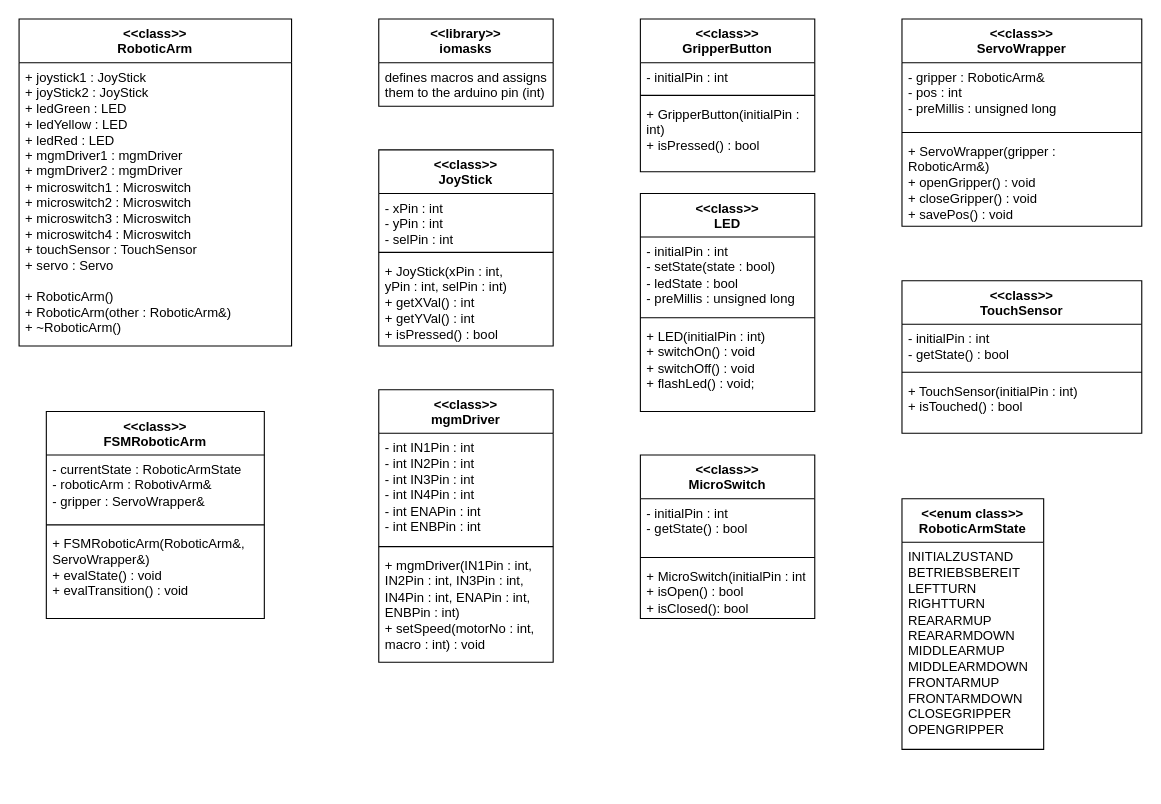
This is design-documents/class-diagram/Klassendiagram Roboterarm.drawio from sourcroud/Roboterarm, a draw.io file, before an edit. Source tidied: cells renumbered, new cells numbered last; positions are measured from the earlier drawing's top-left corner, leaving out a move shared by most shapes. Both pictures are drawn from the tidied source at 109%, with x=0, y=0 at pixel (19, 19).
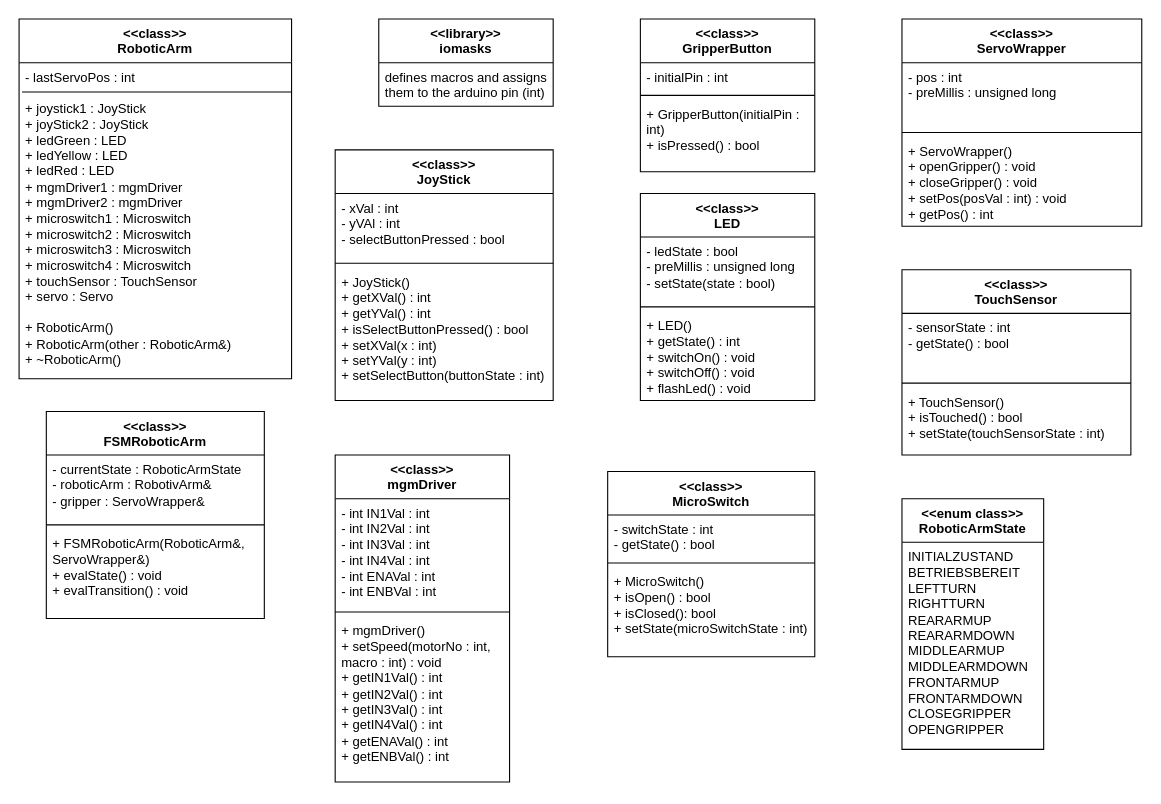
The same page after the edit.

The change refers to these unchanged cells:
```xml
<mxCell id="26" value="&lt;div&gt;&amp;lt;&amp;lt;class&amp;gt;&amp;gt;&lt;/div&gt;&lt;div&gt;ServoWrapper&lt;/div&gt;" style="swimlane;fontStyle=1;align=center;verticalAlign=top;horizontal=1;startSize=40;whiteSpace=wrap;html=1;" parent="1" vertex="1">
  <mxGeometry x="810" width="220" height="190" as="geometry" />
</mxCell>
```

Diff of the diagram source:
```diff
@@
     <mxCell id="8" value="&lt;div&gt;&amp;lt;&amp;lt;class&amp;gt;&amp;gt;&lt;/div&gt;&lt;div&gt;JoyStick&lt;/div&gt;" style="swimlane;fontStyle=1;align=center;verticalAlign=top;horizontal=1;startSize=40;whiteSpace=wrap;html=1;" parent="1" vertex="1">
-      <mxGeometry x="330" y="120" width="160" height="180" as="geometry" />
+      <mxGeometry x="290" y="120" width="200" height="230" as="geometry" />
     </mxCell>
-    <mxCell id="9" value="- xPin : int&lt;div&gt;- yPin : int&lt;br&gt;- selPin : int&lt;/div&gt;" style="text;strokeColor=none;fillColor=none;align=left;verticalAlign=top;spacingLeft=4;spacingRight=4;overflow=hidden;whiteSpace=wrap;html=1;" parent="8" vertex="1">
-      <mxGeometry y="40" width="160" height="50" as="geometry" />
+    <mxCell id="9" value="- xVal : int&lt;div&gt;- yVAl : int&lt;/div&gt;&lt;div&gt;- selectButtonPressed : bool&lt;/div&gt;" style="text;strokeColor=none;fillColor=none;align=left;verticalAlign=top;spacingLeft=4;spacingRight=4;overflow=hidden;whiteSpace=wrap;html=1;" parent="8" vertex="1">
+      <mxGeometry y="40" width="200" height="60" as="geometry" />
     </mxCell>
     <mxCell id="10" style="line;strokeWidth=1;fillColor=none;align=left;verticalAlign=middle;spacingTop=-1;spacingLeft=3;spacingRight=3;labelPosition=right;strokeColor=inherit;" parent="8" vertex="1">
-      <mxGeometry y="90" width="160" height="8" as="geometry" />
+      <mxGeometry y="100" width="200" height="8" as="geometry" />
     </mxCell>
-    <mxCell id="11" value="+ JoyStick(xPin : int,&amp;nbsp;&lt;div&gt;yPin : int, selPin : int)&lt;/div&gt;&lt;div&gt;+ getXVal() : int&lt;/div&gt;&lt;div&gt;+ getYVal() : int&lt;/div&gt;&lt;div&gt;+ isPressed() : bool&lt;/div&gt;" style="text;strokeColor=none;fillColor=none;align=left;verticalAlign=top;spacingLeft=4;spacingRight=4;overflow=hidden;whiteSpace=wrap;html=1;" parent="8" vertex="1">
-      <mxGeometry y="98" width="160" height="82" as="geometry" />
+    <mxCell id="11" value="+ JoyStick(&lt;span style=&quot;background-color: initial;&quot;&gt;)&lt;/span&gt;&lt;div&gt;+ getXVal() : int&lt;/div&gt;&lt;div&gt;+ getYVal() : int&lt;/div&gt;&lt;div&gt;+ isSelectButtonPressed() : bool&lt;/div&gt;&lt;div&gt;+ setXVal(x : int)&lt;/div&gt;&lt;div&gt;+ setYVal(y : int)&lt;/div&gt;&lt;div&gt;+ setSelectButton(buttonState : int)&lt;/div&gt;" style="text;strokeColor=none;fillColor=none;align=left;verticalAlign=top;spacingLeft=4;spacingRight=4;overflow=hidden;whiteSpace=wrap;html=1;" parent="8" vertex="1">
+      <mxGeometry y="108" width="200" height="122" as="geometry" />
     </mxCell>
     <mxCell id="12" value="&lt;div&gt;&amp;lt;&amp;lt;class&amp;gt;&amp;gt;&lt;/div&gt;&lt;div&gt;LED&lt;/div&gt;" style="swimlane;fontStyle=1;align=center;verticalAlign=top;horizontal=1;startSize=40;whiteSpace=wrap;html=1;" parent="1" vertex="1">
-      <mxGeometry x="570" y="160" width="160" height="200" as="geometry" />
+      <mxGeometry x="570" y="160" width="160" height="190" as="geometry" />
     </mxCell>
-    <mxCell id="13" value="- initialPin : int&lt;div&gt;- setState(state : bool)&lt;/div&gt;&lt;div&gt;- ledState : bool&lt;/div&gt;&lt;div&gt;- preMillis : unsigned long&lt;/div&gt;" style="text;strokeColor=none;fillColor=none;align=left;verticalAlign=top;spacingLeft=4;spacingRight=4;overflow=hidden;whiteSpace=wrap;html=1;" parent="12" vertex="1">
-      <mxGeometry y="40" width="160" height="70" as="geometry" />
+    <mxCell id="13" value="&lt;div&gt;- ledState : bool&lt;br&gt;&lt;/div&gt;&lt;div&gt;- preMillis : unsigned long&lt;br&gt;&lt;/div&gt;&lt;div&gt;- setState(state : bool)&lt;/div&gt;&lt;div&gt;&lt;br&gt;&lt;/div&gt;&lt;div&gt;&lt;br&gt;&lt;/div&gt;" style="text;strokeColor=none;fillColor=none;align=left;verticalAlign=top;spacingLeft=4;spacingRight=4;overflow=hidden;whiteSpace=wrap;html=1;" parent="12" vertex="1">
+      <mxGeometry y="40" width="160" height="60" as="geometry" />
     </mxCell>
     <mxCell id="14" style="line;strokeWidth=1;fillColor=none;align=left;verticalAlign=middle;spacingTop=-1;spacingLeft=3;spacingRight=3;labelPosition=right;strokeColor=inherit;" parent="12" vertex="1">
-      <mxGeometry y="110" width="160" height="8" as="geometry" />
+      <mxGeometry y="100" width="160" height="8" as="geometry" />
     </mxCell>
-    <mxCell id="15" value="+ LED(initialPin : int)&lt;div&gt;+ switchOn() : void&lt;/div&gt;&lt;div&gt;+ switchOff() : void&lt;/div&gt;&lt;div&gt;+ flashLed() : void;&lt;/div&gt;" style="text;strokeColor=none;fillColor=none;align=left;verticalAlign=top;spacingLeft=4;spacingRight=4;overflow=hidden;whiteSpace=wrap;html=1;" parent="12" vertex="1">
-      <mxGeometry y="118" width="160" height="82" as="geometry" />
+    <mxCell id="15" value="+ LED()&lt;div&gt;+ getState() : int&lt;br&gt;&lt;div&gt;+ switchOn() : void&lt;/div&gt;&lt;div&gt;+ switchOff() : void&lt;/div&gt;&lt;div&gt;+ flashLed() : void&lt;/div&gt;&lt;/div&gt;" style="text;strokeColor=none;fillColor=none;align=left;verticalAlign=top;spacingLeft=4;spacingRight=4;overflow=hidden;whiteSpace=wrap;html=1;" parent="12" vertex="1">
+      <mxGeometry y="108" width="160" height="82" as="geometry" />
     </mxCell>
     <mxCell id="16" value="&lt;div&gt;&amp;lt;&amp;lt;class&amp;gt;&amp;gt;&lt;/div&gt;&lt;div&gt;mgmDriver&lt;/div&gt;" style="swimlane;fontStyle=1;align=center;verticalAlign=top;horizontal=1;startSize=40;whiteSpace=wrap;html=1;" parent="1" vertex="1">
-      <mxGeometry x="330" y="340" width="160" height="250" as="geometry" />
+      <mxGeometry x="290" y="400" width="160" height="300" as="geometry" />
     </mxCell>
-    <mxCell id="17" value="- int IN1Pin : int&lt;div&gt;- int IN2Pin : int&lt;br&gt;&lt;/div&gt;&lt;div&gt;- int IN3Pin : int&lt;br&gt;&lt;/div&gt;&lt;div&gt;- int IN4Pin : int&lt;br&gt;&lt;/div&gt;&lt;div&gt;- int ENAPin : int&lt;br&gt;&lt;/div&gt;&lt;div&gt;- int ENBPin : int&lt;br&gt;&lt;/div&gt;" style="text;strokeColor=none;fillColor=none;align=left;verticalAlign=top;spacingLeft=4;spacingRight=4;overflow=hidden;whiteSpace=wrap;html=1;" parent="16" vertex="1">
+    <mxCell id="17" value="- int IN1Val : int&lt;div&gt;- int IN2Val : int&lt;br&gt;&lt;/div&gt;&lt;div&gt;- int IN3Val : int&lt;br&gt;&lt;/div&gt;&lt;div&gt;- int IN4Val : int&lt;br&gt;&lt;/div&gt;&lt;div&gt;- int ENAVal : int&lt;br&gt;&lt;/div&gt;&lt;div&gt;- int ENBVal : int&lt;br&gt;&lt;/div&gt;" style="text;strokeColor=none;fillColor=none;align=left;verticalAlign=top;spacingLeft=4;spacingRight=4;overflow=hidden;whiteSpace=wrap;html=1;" parent="16" vertex="1">
       <mxGeometry y="40" width="160" height="100" as="geometry" />
     </mxCell>
@@
-    <mxCell id="19" value="+ mgmDriver(IN1Pin : int, IN2Pin : int, IN3Pin : int, IN4Pin : int, ENAPin : int, ENBPin : int)&lt;div&gt;+ setSpeed(motorNo : int, macro : int&lt;span style=&quot;background-color: initial;&quot;&gt;) : void&lt;/span&gt;&lt;/div&gt;" style="text;strokeColor=none;fillColor=none;align=left;verticalAlign=top;spacingLeft=4;spacingRight=4;overflow=hidden;whiteSpace=wrap;html=1;" parent="16" vertex="1">
-      <mxGeometry y="148" width="160" height="102" as="geometry" />
+    <mxCell id="19" value="+ mgmDriver()&lt;div&gt;+ setSpeed(motorNo : int, macro : int&lt;span style=&quot;background-color: initial;&quot;&gt;) : void&lt;/span&gt;&lt;/div&gt;&lt;div&gt;&lt;span style=&quot;background-color: initial;&quot;&gt;+ getIN1Val() : int&lt;/span&gt;&lt;/div&gt;&lt;div&gt;&lt;span style=&quot;background-color: initial;&quot;&gt;+ getIN2Val() : int&lt;/span&gt;&lt;/div&gt;&lt;div&gt;&lt;span style=&quot;background-color: initial;&quot;&gt;+ getIN3Val() : int&lt;/span&gt;&lt;/div&gt;&lt;div&gt;&lt;span style=&quot;background-color: initial;&quot;&gt;+ getIN4Val() : int&lt;/span&gt;&lt;/div&gt;&lt;div&gt;&lt;span style=&quot;background-color: initial;&quot;&gt;+ getENAVal() : int&lt;/span&gt;&lt;/div&gt;&lt;div&gt;&lt;span style=&quot;background-color: initial;&quot;&gt;+ getENBVal() : int&lt;/span&gt;&lt;/div&gt;" style="text;strokeColor=none;fillColor=none;align=left;verticalAlign=top;spacingLeft=4;spacingRight=4;overflow=hidden;whiteSpace=wrap;html=1;" parent="16" vertex="1">
+      <mxGeometry y="148" width="160" height="152" as="geometry" />
     </mxCell>
     <mxCell id="20" value="&lt;div&gt;&amp;lt;&amp;lt;class&amp;gt;&amp;gt;&lt;/div&gt;&lt;div&gt;MicroSwitch&lt;/div&gt;" style="swimlane;fontStyle=1;align=center;verticalAlign=top;horizontal=1;startSize=40;whiteSpace=wrap;html=1;" parent="1" vertex="1">
-      <mxGeometry x="570" y="400" width="160" height="150" as="geometry" />
+      <mxGeometry x="540" y="415" width="190" height="170" as="geometry" />
     </mxCell>
-    <mxCell id="21" value="- initialPin : int&lt;div&gt;- getState() : bool&lt;/div&gt;" style="text;strokeColor=none;fillColor=none;align=left;verticalAlign=top;spacingLeft=4;spacingRight=4;overflow=hidden;whiteSpace=wrap;html=1;" parent="20" vertex="1">
-      <mxGeometry y="40" width="160" height="50" as="geometry" />
+    <mxCell id="21" value="- switchState : int&lt;div&gt;- getState() : bool&lt;/div&gt;" style="text;strokeColor=none;fillColor=none;align=left;verticalAlign=top;spacingLeft=4;spacingRight=4;overflow=hidden;whiteSpace=wrap;html=1;" parent="20" vertex="1">
+      <mxGeometry y="40" width="190" height="40" as="geometry" />
     </mxCell>
     <mxCell id="22" style="line;strokeWidth=1;fillColor=none;align=left;verticalAlign=middle;spacingTop=-1;spacingLeft=3;spacingRight=3;labelPosition=right;strokeColor=inherit;" parent="20" vertex="1">
-      <mxGeometry y="90" width="160" height="8" as="geometry" />
+      <mxGeometry y="80" width="190" height="8" as="geometry" />
     </mxCell>
-    <mxCell id="23" value="+ MicroSwitch(initialPin : int&lt;div&gt;+ isOpen() : bool&lt;/div&gt;&lt;div&gt;+ isClosed(): bool&lt;/div&gt;" style="text;strokeColor=none;fillColor=none;align=left;verticalAlign=top;spacingLeft=4;spacingRight=4;overflow=hidden;whiteSpace=wrap;html=1;" parent="20" vertex="1">
-      <mxGeometry y="98" width="160" height="52" as="geometry" />
+    <mxCell id="23" value="+ MicroSwitch()&lt;div&gt;+ isOpen() : bool&lt;/div&gt;&lt;div&gt;+ isClosed(): bool&lt;/div&gt;&lt;div&gt;+ setState(microSwitchState : int)&lt;/div&gt;" style="text;strokeColor=none;fillColor=none;align=left;verticalAlign=top;spacingLeft=4;spacingRight=4;overflow=hidden;whiteSpace=wrap;html=1;" parent="20" vertex="1">
+      <mxGeometry y="88" width="190" height="82" as="geometry" />
     </mxCell>
     <mxCell id="24" value="&lt;div&gt;&amp;lt;&amp;lt;class&amp;gt;&amp;gt;&lt;/div&gt;&lt;div&gt;RoboticArm&lt;/div&gt;" style="swimlane;fontStyle=1;align=center;verticalAlign=top;horizontal=1;startSize=40;whiteSpace=wrap;html=1;" parent="1" vertex="1">
-      <mxGeometry width="250" height="300" as="geometry" />
+      <mxGeometry width="250" height="330" as="geometry" />
     </mxCell>
-    <mxCell id="25" value="+ joystick1 : JoyStick&lt;div&gt;+ joyStick2 : JoyStick&lt;/div&gt;&lt;div&gt;+ ledGreen : LED&lt;/div&gt;&lt;div&gt;+ ledYellow : LED&lt;/div&gt;&lt;div&gt;+ ledRed : LED&lt;/div&gt;&lt;div&gt;+ mgmDriver1 : mgmDriver&lt;/div&gt;&lt;div&gt;+ mgmDriver2 : mgmDriver&lt;/div&gt;&lt;div&gt;+ microswitch1 : Microswitch&lt;/div&gt;&lt;div&gt;+ microswitch2 : Microswitch&lt;br&gt;&lt;/div&gt;&lt;div&gt;+ microswitch3 : Microswitch&lt;br&gt;&lt;/div&gt;&lt;div&gt;+ microswitch4 : Microswitch&lt;br&gt;&lt;/div&gt;&lt;div&gt;+ touchSensor : TouchSensor&lt;/div&gt;&lt;div&gt;+ servo : Servo&lt;/div&gt;&lt;div&gt;&lt;br&gt;&lt;/div&gt;&lt;div&gt;+ RoboticArm()&lt;/div&gt;&lt;div&gt;+ RoboticArm(other : RoboticArm&amp;amp;)&lt;/div&gt;&lt;div&gt;+ ~RoboticArm()&lt;/div&gt;" style="text;strokeColor=none;fillColor=none;align=left;verticalAlign=top;spacingLeft=4;spacingRight=4;overflow=hidden;points=[[0,0.5],[1,0.5]];portConstraint=eastwest;whiteSpace=wrap;html=1;" parent="24" vertex="1">
-      <mxGeometry y="40" width="250" height="260" as="geometry" />
+    <mxCell id="25" value="&lt;div&gt;- lastServoPos : int&lt;/div&gt;&lt;div&gt;&lt;br&gt;&lt;/div&gt;+ joystick1 : JoyStick&lt;div&gt;+ joyStick2 : JoyStick&lt;/div&gt;&lt;div&gt;+ ledGreen : LED&lt;/div&gt;&lt;div&gt;+ ledYellow : LED&lt;/div&gt;&lt;div&gt;+ ledRed : LED&lt;/div&gt;&lt;div&gt;+ mgmDriver1 : mgmDriver&lt;/div&gt;&lt;div&gt;+ mgmDriver2 : mgmDriver&lt;/div&gt;&lt;div&gt;+ microswitch1 : Microswitch&lt;/div&gt;&lt;div&gt;+ microswitch2 : Microswitch&lt;br&gt;&lt;/div&gt;&lt;div&gt;+ microswitch3 : Microswitch&lt;br&gt;&lt;/div&gt;&lt;div&gt;+ microswitch4 : Microswitch&lt;br&gt;&lt;/div&gt;&lt;div&gt;+ touchSensor : TouchSensor&lt;/div&gt;&lt;div&gt;+ servo : Servo&lt;/div&gt;&lt;div&gt;&lt;br&gt;&lt;/div&gt;&lt;div&gt;+ RoboticArm()&lt;/div&gt;&lt;div&gt;+ RoboticArm(other : RoboticArm&amp;amp;)&lt;/div&gt;&lt;div&gt;+ ~RoboticArm()&lt;/div&gt;" style="text;strokeColor=none;fillColor=none;align=left;verticalAlign=top;spacingLeft=4;spacingRight=4;overflow=hidden;points=[[0,0.5],[1,0.5]];portConstraint=eastwest;whiteSpace=wrap;html=1;" parent="24" vertex="1">
+      <mxGeometry y="40" width="250" height="290" as="geometry" />
     </mxCell>
+    <mxCell id="40" style="endArrow=none;html=1;rounded=0;exitX=0.011;exitY=0.093;exitDx=0;exitDy=0;exitPerimeter=0;entryX=1;entryY=0.093;entryDx=0;entryDy=0;entryPerimeter=0;" parent="24" edge="1" source="25" target="25">
+      <mxGeometry relative="1" as="geometry" />
+    </mxCell>
@@
-    <mxCell id="27" value="- gripper : RoboticArm&amp;amp;&lt;div&gt;- pos : int&lt;/div&gt;&lt;div&gt;- preMillis : unsigned long&lt;/div&gt;" style="text;strokeColor=none;fillColor=none;align=left;verticalAlign=top;spacingLeft=4;spacingRight=4;overflow=hidden;whiteSpace=wrap;html=1;" parent="26" vertex="1">
+    <mxCell id="27" value="&lt;div&gt;- pos : int&lt;/div&gt;&lt;div&gt;- preMillis : unsigned long&lt;/div&gt;" style="text;strokeColor=none;fillColor=none;align=left;verticalAlign=top;spacingLeft=4;spacingRight=4;overflow=hidden;whiteSpace=wrap;html=1;" parent="26" vertex="1">
       <mxGeometry y="40" width="220" height="60" as="geometry" />
     </mxCell>
@@
-    <mxCell id="29" value="+ ServoWrapper(gripper : RoboticArm&amp;amp;)&lt;div&gt;+ openGripper() : void&lt;/div&gt;&lt;div&gt;+ closeGripper() : void&lt;/div&gt;&lt;div&gt;+ savePos() : void&lt;br&gt;&lt;div&gt;&lt;br&gt;&lt;/div&gt;&lt;/div&gt;" style="text;strokeColor=none;fillColor=none;align=left;verticalAlign=top;spacingLeft=4;spacingRight=4;overflow=hidden;whiteSpace=wrap;html=1;" parent="26" vertex="1">
+    <mxCell id="29" value="+ ServoWrapper()&lt;div&gt;+ openGripper() : void&lt;/div&gt;&lt;div&gt;+ closeGripper() : void&lt;/div&gt;&lt;div&gt;+ setPos(posVal : int) : void&lt;/div&gt;&lt;div&gt;+ getPos() : int&lt;br&gt;&lt;div&gt;&lt;br&gt;&lt;/div&gt;&lt;/div&gt;" style="text;strokeColor=none;fillColor=none;align=left;verticalAlign=top;spacingLeft=4;spacingRight=4;overflow=hidden;whiteSpace=wrap;html=1;" parent="26" vertex="1">
       <mxGeometry y="108" width="220" height="82" as="geometry" />
     </mxCell>
-    <mxCell id="30" value="&lt;div&gt;&amp;lt;&amp;lt;class&amp;gt;&amp;gt;&lt;/div&gt;&lt;div&gt;TouchSensor&lt;/div&gt;" style="swimlane;fontStyle=1;align=center;verticalAlign=top;horizontal=1;startSize=40;whiteSpace=wrap;html=1;" parent="1" vertex="1">
-      <mxGeometry x="810" y="240" width="220" height="140" as="geometry" />
-    </mxCell>
-    <mxCell id="31" value="- initialPin : int&lt;div&gt;- getState() : bool&lt;/div&gt;&lt;div&gt;&lt;br&gt;&lt;/div&gt;" style="text;strokeColor=none;fillColor=none;align=left;verticalAlign=top;spacingLeft=4;spacingRight=4;overflow=hidden;whiteSpace=wrap;html=1;" parent="30" vertex="1">
-      <mxGeometry y="40" width="220" height="40" as="geometry" />
-    </mxCell>
-    <mxCell id="32" style="line;strokeWidth=1;fillColor=none;align=left;verticalAlign=middle;spacingTop=-1;spacingLeft=3;spacingRight=3;labelPosition=right;strokeColor=inherit;" parent="30" vertex="1">
-      <mxGeometry y="80" width="220" height="8" as="geometry" />
-    </mxCell>
-    <mxCell id="33" value="+ TouchSensor(initialPin : int)&lt;div&gt;+ isTouched() : bool&lt;/div&gt;" style="text;strokeColor=none;fillColor=none;align=left;verticalAlign=top;spacingLeft=4;spacingRight=4;overflow=hidden;whiteSpace=wrap;html=1;" parent="30" vertex="1">
-      <mxGeometry y="88" width="220" height="52" as="geometry" />
-    </mxCell>
@@
+    <mxCell id="30" value="&lt;div&gt;&amp;lt;&amp;lt;class&amp;gt;&amp;gt;&lt;/div&gt;&lt;div&gt;TouchSensor&lt;/div&gt;" style="swimlane;fontStyle=1;align=center;verticalAlign=top;horizontal=1;startSize=40;whiteSpace=wrap;html=1;" parent="1" vertex="1">
+      <mxGeometry x="810" y="230" width="210" height="170" as="geometry" />
+    </mxCell>
+    <mxCell id="41" value="&lt;div&gt;- sensorState : int&lt;/div&gt;&lt;div&gt;- getState() : bool&lt;/div&gt;&lt;div&gt;&lt;br&gt;&lt;/div&gt;&lt;div&gt;&lt;br&gt;&lt;/div&gt;" style="text;strokeColor=none;fillColor=none;align=left;verticalAlign=top;spacingLeft=4;spacingRight=4;overflow=hidden;whiteSpace=wrap;html=1;" parent="30" vertex="1">
+      <mxGeometry y="40" width="210" height="60" as="geometry" />
+    </mxCell>
+    <mxCell id="42" style="line;strokeWidth=1;fillColor=none;align=left;verticalAlign=middle;spacingTop=-1;spacingLeft=3;spacingRight=3;labelPosition=right;strokeColor=inherit;" parent="30" vertex="1">
+      <mxGeometry y="100" width="210" height="8" as="geometry" />
+    </mxCell>
+    <mxCell id="43" value="+ TouchSensor()&lt;div&gt;+ isTouched() : bool&lt;br&gt;&lt;div&gt;+ setState(touchSensorState : int)&lt;/div&gt;&lt;/div&gt;" style="text;strokeColor=none;fillColor=none;align=left;verticalAlign=top;spacingLeft=4;spacingRight=4;overflow=hidden;whiteSpace=wrap;html=1;" parent="30" vertex="1">
+      <mxGeometry y="108" width="210" height="62" as="geometry" />
+    </mxCell>
```
